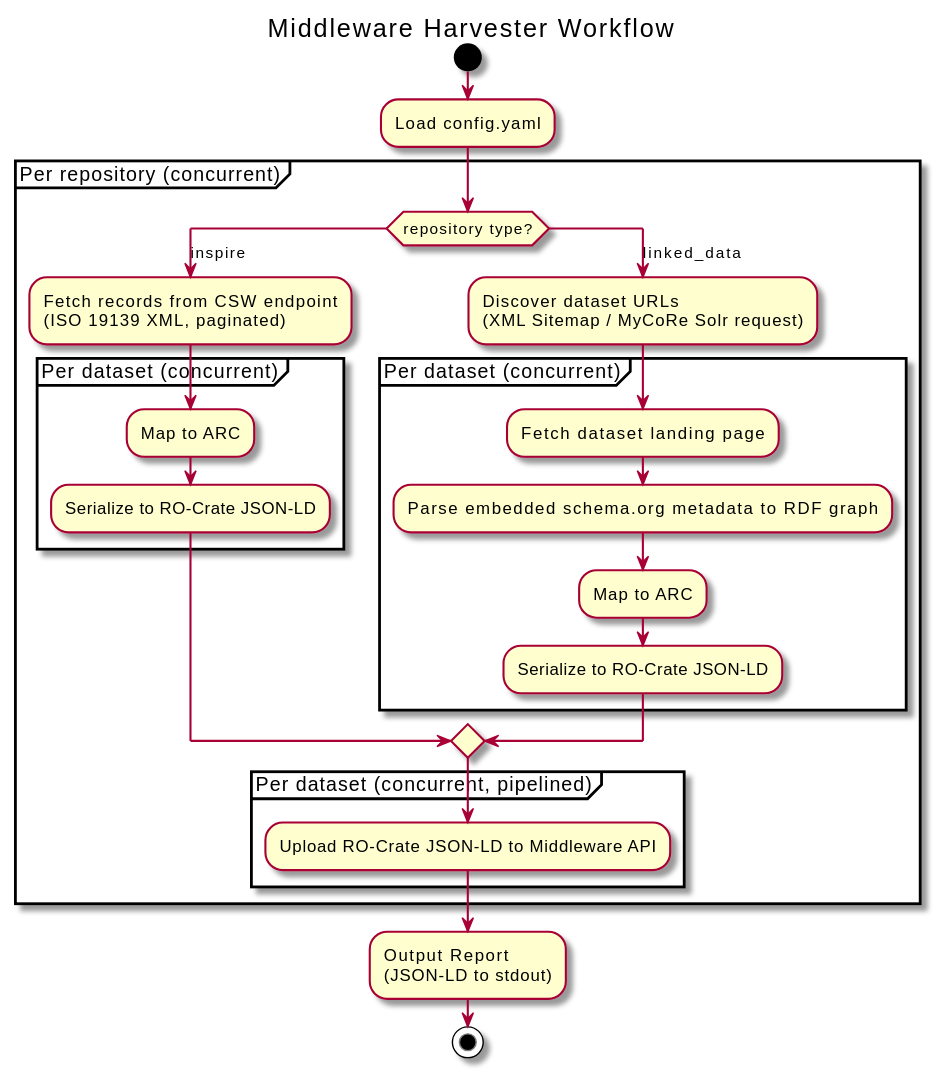
The PlantUML diagram docs/diagrams/Harvester_Workflow.svg in fairagro/m4.2_middleware_harvester, before a commit.
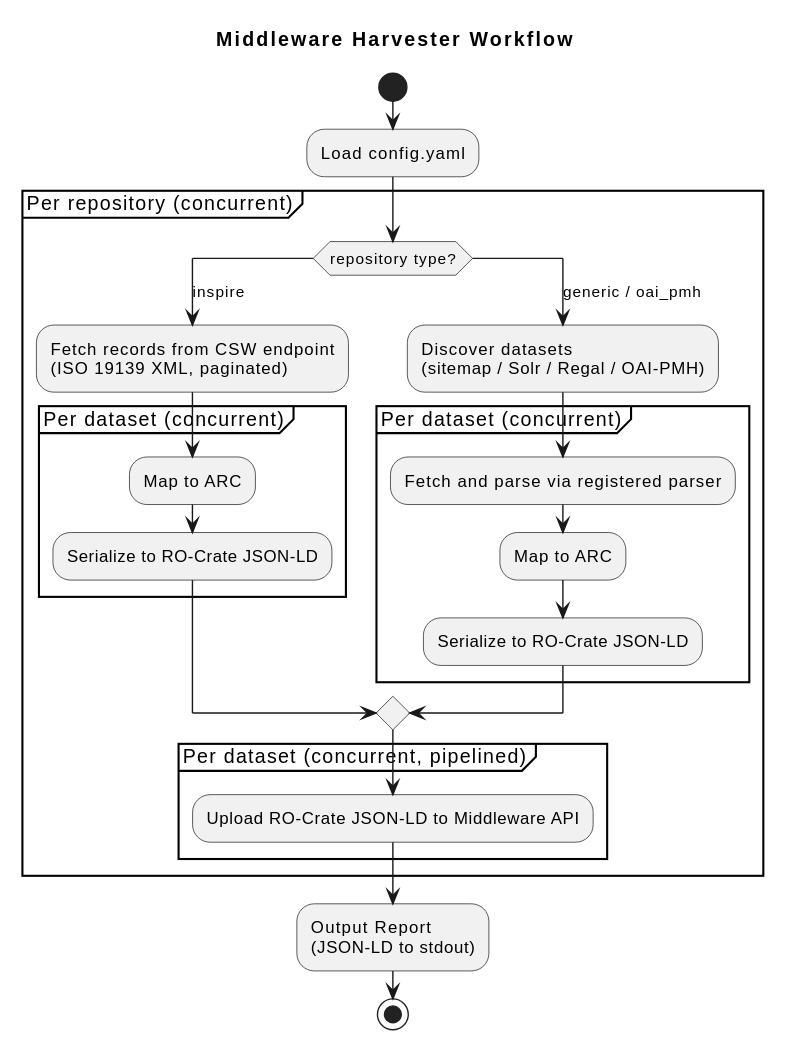
The same file after the commit.

Commit message:
docs: scrub leftover linked_data refs in specs and workflow SVG

Diff of the diagram source:
```diff
@@ -1,4 +1,4 @@
-@startuml Harvester_Workflow
+@startuml
 title Middleware Harvester Workflow
 
 start
@@ -12,15 +12,15 @@
       :Map to ARC;
       :Serialize to RO-Crate JSON-LD;
     }
-  case (linked_data)
-    :Discover dataset URLs\n(XML Sitemap / MyCoRe Solr request);
+  case (generic / oai_pmh)
+    :Discover datasets\n(sitemap / Solr / Regal / OAI-PMH);
     partition "Per dataset (concurrent)" {
-      :Fetch dataset landing page;
-      :Parse embedded schema.org metadata to RDF graph;
+      :Fetch and parse via registered parser;
       :Map to ARC;
       :Serialize to RO-Crate JSON-LD;
     }
   endswitch
+
 
   partition "Per dataset (concurrent, pipelined)" {
     :Upload RO-Crate JSON-LD to Middleware API;
@@ -30,5 +30,4 @@
 :Output Report\n(JSON-LD to stdout);
 
 stop
-
 @enduml
```
